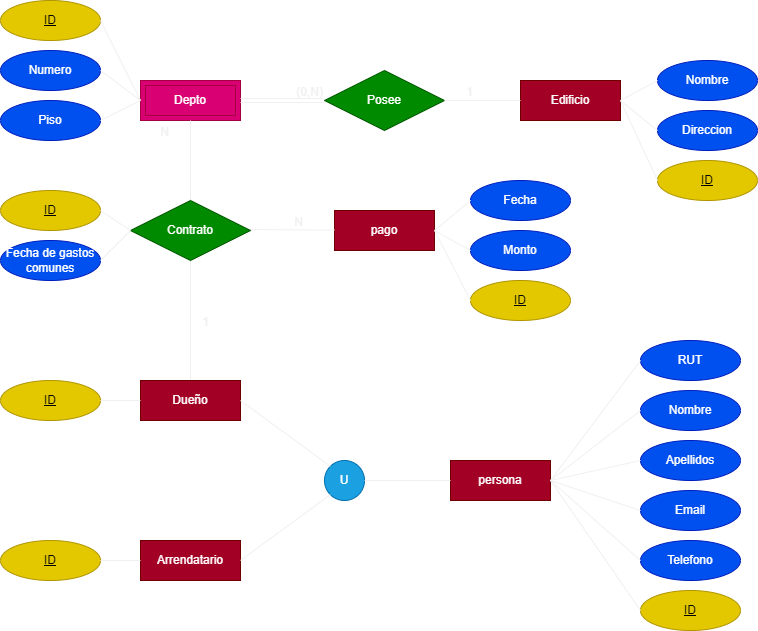
Earlier version of the draw.io export Graphs/Modelo ER en PNG.png (MatiassOrellana/NewConsejeria). Source tidied: cells renumbered, new cells last; positions are measured from the earlier drawing's top-left corner, leaving out a move shared by most shapes.
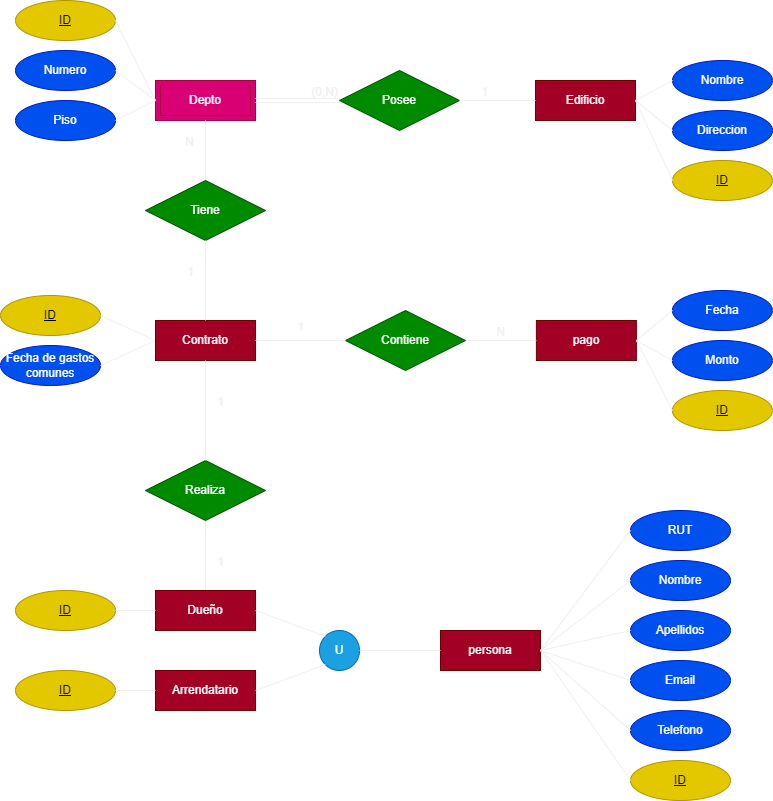
Later version of the same file.

Commit message:
Modelo ER modificado y corregido con modelo R

Change to the diagram source:
```diff
@@ -6,13 +6,13 @@
       <mxGeometry x="520" y="80" width="100" height="40" as="geometry" />
     </mxCell>
     <mxCell id="3" value="persona" style="whiteSpace=wrap;html=1;align=center;fillColor=#a20025;fontColor=#ffffff;strokeColor=#6F0000;" parent="1" vertex="1">
-      <mxGeometry x="450" y="460" width="100" height="40" as="geometry" />
+      <mxGeometry x="425" y="630" width="100" height="40" as="geometry" />
     </mxCell>
     <mxCell id="4" value="Depto" style="shape=ext;margin=3;double=1;whiteSpace=wrap;html=1;align=center;fillColor=#d80073;fontColor=#ffffff;strokeColor=#A50040;" parent="1" vertex="1">
       <mxGeometry x="140" y="80" width="100" height="40" as="geometry" />
     </mxCell>
     <mxCell id="5" value="pago" style="whiteSpace=wrap;html=1;align=center;fillColor=#a20025;fontColor=#ffffff;strokeColor=#6F0000;" parent="1" vertex="1">
-      <mxGeometry x="334" y="210" width="100" height="40" as="geometry" />
+      <mxGeometry x="520.9" y="320" width="100" height="40" as="geometry" />
     </mxCell>
     <mxCell id="6" value="Posee" style="shape=rhombus;perimeter=rhombusPerimeter;whiteSpace=wrap;html=1;align=center;fillColor=#008a00;fontColor=#ffffff;strokeColor=#005700;" parent="1" vertex="1">
       <mxGeometry x="324" y="70" width="120" height="60" as="geometry" />
@@ -31,23 +31,23 @@
     <mxCell id="10" value="(0,N)" style="html=1;whiteSpace=wrap;align=right;verticalAlign=bottom;" parent="9" vertex="1">
       <mxGeometry x="1" relative="1" as="geometry" />
     </mxCell>
-    <mxCell id="11" style="endArrow=none;html=1;rounded=0;entryX=0.5;entryY=0;entryDx=0;entryDy=0;exitX=0.5;exitY=1;exitDx=0;exitDy=0;" parent="1" edge="1" source="4" target="23">
+    <mxCell id="11" style="endArrow=none;html=1;rounded=0;exitX=0.5;exitY=1;exitDx=0;exitDy=0;entryX=0.5;entryY=0;entryDx=0;entryDy=0;" parent="1" edge="1" source="4" target="62">
       <mxGeometry relative="1" as="geometry" />
     </mxCell>
     <mxCell id="12" value="N" style="html=1;whiteSpace=wrap;align=right;verticalAlign=bottom;" parent="11" vertex="1">
       <mxGeometry x="1" relative="1" as="geometry">
-        <mxPoint x="-20" y="-60" as="offset" />
+        <mxPoint x="-10" y="-30" as="offset" />
       </mxGeometry>
     </mxCell>
-    <mxCell id="13" style="endArrow=none;html=1;rounded=0;entryX=0.5;entryY=1;entryDx=0;entryDy=0;exitX=0.5;exitY=0;exitDx=0;exitDy=0;" parent="1" edge="1" source="52" target="23">
+    <mxCell id="13" style="endArrow=none;html=1;rounded=0;exitX=0.5;exitY=0;exitDx=0;exitDy=0;entryX=0.5;entryY=1;entryDx=0;entryDy=0;" parent="1" edge="1" source="52" target="64">
       <mxGeometry relative="1" as="geometry" />
     </mxCell>
     <mxCell id="14" value="1" style="html=1;whiteSpace=wrap;align=right;verticalAlign=bottom;" parent="13" vertex="1">
       <mxGeometry x="1" relative="1" as="geometry">
-        <mxPoint x="20" y="70" as="offset" />
+        <mxPoint x="20" y="50" as="offset" />
       </mxGeometry>
     </mxCell>
-    <mxCell id="15" style="endArrow=none;html=1;rounded=0;exitX=0.943;exitY=0.483;exitDx=0;exitDy=0;exitPerimeter=0;" parent="1" edge="1" source="23" target="5">
+    <mxCell id="15" style="endArrow=none;html=1;rounded=0;exitX=1;exitY=0.5;exitDx=0;exitDy=0;" parent="1" edge="1" source="63" target="5">
       <mxGeometry relative="1" as="geometry" />
     </mxCell>
     <mxCell id="16" value="N" style="html=1;whiteSpace=wrap;align=right;verticalAlign=bottom;" parent="15" vertex="1">
@@ -73,9 +73,6 @@
     <mxCell id="22" style="endArrow=none;html=1;rounded=0;exitX=1;exitY=0.5;exitDx=0;exitDy=0;entryX=0;entryY=0.5;entryDx=0;entryDy=0;" parent="1" edge="1" source="20" target="4">
       <mxGeometry relative="1" as="geometry" />
     </mxCell>
-    <mxCell id="23" value="Contrato" style="shape=rhombus;perimeter=rhombusPerimeter;whiteSpace=wrap;html=1;align=center;fillColor=#008a00;fontColor=#ffffff;strokeColor=#005700;" parent="1" vertex="1">
-      <mxGeometry x="130" y="200" width="120" height="60" as="geometry" />
-    </mxCell>
     <mxCell id="24" style="endArrow=none;html=1;rounded=0;exitX=0;exitY=0.5;exitDx=0;exitDy=0;entryX=1;entryY=0.5;entryDx=0;entryDy=0;" parent="1" edge="1" source="17" target="2">
       <mxGeometry relative="1" as="geometry" />
     </mxCell>
@@ -83,16 +80,16 @@
       <mxGeometry relative="1" as="geometry" />
     </mxCell>
     <mxCell id="26" value="Fecha de gastos comunes" style="ellipse;whiteSpace=wrap;html=1;align=center;fillColor=#0050ef;fontColor=#ffffff;strokeColor=#001DBC;" parent="1" vertex="1">
-      <mxGeometry y="240" width="100" height="40" as="geometry" />
+      <mxGeometry x="-15" y="345" width="100" height="40" as="geometry" />
     </mxCell>
     <mxCell id="27" style="endArrow=none;html=1;rounded=0;exitX=1;exitY=0.5;exitDx=0;exitDy=0;entryX=0;entryY=0.5;entryDx=0;entryDy=0;" parent="1" edge="1" source="26" target="23">
       <mxGeometry relative="1" as="geometry" />
     </mxCell>
     <mxCell id="28" value="Fecha" style="ellipse;whiteSpace=wrap;html=1;align=center;fillColor=#0050ef;fontColor=#ffffff;strokeColor=#001DBC;" parent="1" vertex="1">
-      <mxGeometry x="470" y="180" width="100" height="40" as="geometry" />
+      <mxGeometry x="656.9" y="290" width="100" height="40" as="geometry" />
     </mxCell>
     <mxCell id="29" value="Monto" style="ellipse;whiteSpace=wrap;html=1;align=center;fillColor=#0050ef;fontColor=#ffffff;strokeColor=#001DBC;" parent="1" vertex="1">
-      <mxGeometry x="470" y="230" width="100" height="40" as="geometry" />
+      <mxGeometry x="656.9" y="340" width="100" height="40" as="geometry" />
     </mxCell>
     <mxCell id="30" style="endArrow=none;html=1;rounded=0;exitX=0;exitY=0.5;exitDx=0;exitDy=0;entryX=1;entryY=0.5;entryDx=0;entryDy=0;" parent="1" edge="1" source="28" target="5">
       <mxGeometry relative="1" as="geometry" />
@@ -101,19 +98,19 @@
       <mxGeometry relative="1" as="geometry" />
     </mxCell>
     <mxCell id="32" value="RUT" style="ellipse;whiteSpace=wrap;html=1;align=center;fillColor=#0050ef;fontColor=#ffffff;strokeColor=#001DBC;" parent="1" vertex="1">
-      <mxGeometry x="640" y="340" width="100" height="40" as="geometry" />
+      <mxGeometry x="615" y="510" width="100" height="40" as="geometry" />
     </mxCell>
     <mxCell id="33" value="Nombre" style="ellipse;whiteSpace=wrap;html=1;align=center;fillColor=#0050ef;fontColor=#ffffff;strokeColor=#001DBC;" parent="1" vertex="1">
-      <mxGeometry x="640" y="390" width="100" height="40" as="geometry" />
+      <mxGeometry x="615" y="560" width="100" height="40" as="geometry" />
     </mxCell>
     <mxCell id="34" value="Apellidos" style="ellipse;whiteSpace=wrap;html=1;align=center;fillColor=#0050ef;fontColor=#ffffff;strokeColor=#001DBC;" parent="1" vertex="1">
-      <mxGeometry x="640" y="440" width="100" height="40" as="geometry" />
+      <mxGeometry x="615" y="610" width="100" height="40" as="geometry" />
     </mxCell>
     <mxCell id="35" value="Email" style="ellipse;whiteSpace=wrap;html=1;align=center;fillColor=#0050ef;fontColor=#ffffff;strokeColor=#001DBC;" parent="1" vertex="1">
-      <mxGeometry x="640" y="490" width="100" height="40" as="geometry" />
+      <mxGeometry x="615" y="660" width="100" height="40" as="geometry" />
     </mxCell>
     <mxCell id="36" value="Telefono" style="ellipse;whiteSpace=wrap;html=1;align=center;fillColor=#0050ef;fontColor=#ffffff;strokeColor=#001DBC;" parent="1" vertex="1">
-      <mxGeometry x="640" y="540" width="100" height="40" as="geometry" />
+      <mxGeometry x="615" y="710" width="100" height="40" as="geometry" />
     </mxCell>
     <mxCell id="37" style="endArrow=none;html=1;rounded=0;exitX=1;exitY=0.5;exitDx=0;exitDy=0;entryX=0;entryY=0.5;entryDx=0;entryDy=0;" parent="1" edge="1" source="3" target="32">
       <mxGeometry relative="1" as="geometry" />
@@ -137,19 +134,19 @@
       <mxGeometry relative="1" as="geometry" />
     </mxCell>
     <mxCell id="44" value="ID" style="ellipse;whiteSpace=wrap;html=1;align=center;fontStyle=4;fillColor=#e3c800;fontColor=#000000;strokeColor=#B09500;" parent="1" vertex="1">
-      <mxGeometry y="190" width="100" height="40" as="geometry" />
+      <mxGeometry x="-15" y="295" width="100" height="40" as="geometry" />
     </mxCell>
     <mxCell id="45" style="endArrow=none;html=1;rounded=0;exitX=1;exitY=0.5;exitDx=0;exitDy=0;entryX=0;entryY=0.5;entryDx=0;entryDy=0;" parent="1" edge="1" source="44" target="23">
       <mxGeometry relative="1" as="geometry" />
     </mxCell>
     <mxCell id="46" value="ID" style="ellipse;whiteSpace=wrap;html=1;align=center;fontStyle=4;fillColor=#e3c800;fontColor=#000000;strokeColor=#B09500;" parent="1" vertex="1">
-      <mxGeometry x="640" y="590" width="100" height="40" as="geometry" />
+      <mxGeometry x="615" y="760" width="100" height="40" as="geometry" />
     </mxCell>
     <mxCell id="47" style="endArrow=none;html=1;rounded=0;exitX=1;exitY=0.5;exitDx=0;exitDy=0;entryX=0;entryY=0.5;entryDx=0;entryDy=0;" parent="1" edge="1" source="3" target="46">
       <mxGeometry relative="1" as="geometry" />
     </mxCell>
     <mxCell id="48" value="ID" style="ellipse;whiteSpace=wrap;html=1;align=center;fontStyle=4;fillColor=#e3c800;fontColor=#000000;strokeColor=#B09500;" parent="1" vertex="1">
-      <mxGeometry x="470" y="280" width="100" height="40" as="geometry" />
+      <mxGeometry x="656.9" y="390" width="100" height="40" as="geometry" />
     </mxCell>
     <mxCell id="49" style="endArrow=none;html=1;rounded=0;exitX=0;exitY=0.5;exitDx=0;exitDy=0;entryX=1;entryY=0.5;entryDx=0;entryDy=0;" parent="1" edge="1" source="48" target="5">
       <mxGeometry relative="1" as="geometry" />
@@ -161,16 +158,16 @@
       <mxGeometry relative="1" as="geometry" />
     </mxCell>
     <mxCell id="52" value="Dueño" style="whiteSpace=wrap;html=1;align=center;fillColor=#a20025;fontColor=#ffffff;strokeColor=#6F0000;" parent="1" vertex="1">
-      <mxGeometry x="140" y="380" width="100" height="40" as="geometry" />
+      <mxGeometry x="140" y="590" width="100" height="40" as="geometry" />
     </mxCell>
     <mxCell id="53" value="ID" style="ellipse;whiteSpace=wrap;html=1;align=center;fontStyle=4;fillColor=#e3c800;fontColor=#000000;strokeColor=#B09500;" parent="1" vertex="1">
-      <mxGeometry y="380" width="100" height="40" as="geometry" />
+      <mxGeometry y="590" width="100" height="40" as="geometry" />
     </mxCell>
     <mxCell id="54" style="endArrow=none;html=1;rounded=0;exitX=1;exitY=0.5;exitDx=0;exitDy=0;entryX=0;entryY=0.5;entryDx=0;entryDy=0;" parent="1" edge="1" source="53" target="52">
       <mxGeometry relative="1" as="geometry" />
     </mxCell>
     <mxCell id="55" value="U" style="ellipse;whiteSpace=wrap;html=1;align=center;fillColor=#1ba1e2;fontColor=#ffffff;strokeColor=#006EAF;" parent="1" vertex="1">
-      <mxGeometry x="324" y="460" width="40" height="40" as="geometry" />
+      <mxGeometry x="304" y="630" width="40" height="40" as="geometry" />
     </mxCell>
     <mxCell id="56" style="endArrow=none;html=1;rounded=0;exitX=1;exitY=0.5;exitDx=0;exitDy=0;entryX=0;entryY=0;entryDx=0;entryDy=0;" parent="1" edge="1" source="52" target="55">
       <mxGeometry relative="1" as="geometry" />
@@ -179,16 +176,52 @@
       <mxGeometry relative="1" as="geometry" />
     </mxCell>
     <mxCell id="58" value="Arrendatario" style="whiteSpace=wrap;html=1;align=center;fillColor=#a20025;fontColor=#ffffff;strokeColor=#6F0000;" parent="1" vertex="1">
-      <mxGeometry x="140" y="540" width="100" height="40" as="geometry" />
+      <mxGeometry x="140" y="670" width="100" height="40" as="geometry" />
     </mxCell>
     <mxCell id="59" style="endArrow=none;html=1;rounded=0;exitX=1;exitY=0.5;exitDx=0;exitDy=0;entryX=0;entryY=1;entryDx=0;entryDy=0;" parent="1" edge="1" source="58" target="55">
       <mxGeometry relative="1" as="geometry" />
     </mxCell>
     <mxCell id="60" value="ID" style="ellipse;whiteSpace=wrap;html=1;align=center;fontStyle=4;fillColor=#e3c800;fontColor=#000000;strokeColor=#B09500;" parent="1" vertex="1">
-      <mxGeometry y="540" width="100" height="40" as="geometry" />
+      <mxGeometry y="670" width="100" height="40" as="geometry" />
     </mxCell>
     <mxCell id="61" style="endArrow=none;html=1;rounded=0;exitX=0;exitY=0.5;exitDx=0;exitDy=0;entryX=1;entryY=0.5;entryDx=0;entryDy=0;" parent="1" edge="1" source="58" target="60">
       <mxGeometry relative="1" as="geometry" />
     </mxCell>
+    <mxCell id="23" value="Contrato" style="whiteSpace=wrap;html=1;align=center;fillColor=#a20025;fontColor=#ffffff;strokeColor=#6F0000;" parent="1" vertex="1">
+      <mxGeometry x="140" y="320" width="100" height="40" as="geometry" />
+    </mxCell>
+    <mxCell id="62" value="Tiene" style="shape=rhombus;perimeter=rhombusPerimeter;whiteSpace=wrap;html=1;align=center;fillColor=#008a00;fontColor=#ffffff;strokeColor=#005700;" parent="1" vertex="1">
+      <mxGeometry x="130" y="180" width="120" height="60" as="geometry" />
+    </mxCell>
+    <mxCell id="63" value="Contiene" style="shape=rhombus;perimeter=rhombusPerimeter;whiteSpace=wrap;html=1;align=center;fillColor=#008a00;fontColor=#ffffff;strokeColor=#005700;" parent="1" vertex="1">
+      <mxGeometry x="330" y="310" width="120" height="60" as="geometry" />
+    </mxCell>
+    <mxCell id="64" value="Realiza" style="shape=rhombus;perimeter=rhombusPerimeter;whiteSpace=wrap;html=1;align=center;fillColor=#008a00;fontColor=#ffffff;strokeColor=#005700;" parent="1" vertex="1">
+      <mxGeometry x="130" y="460" width="120" height="60" as="geometry" />
+    </mxCell>
+    <mxCell id="65" style="endArrow=none;html=1;rounded=0;exitX=0.5;exitY=0;exitDx=0;exitDy=0;entryX=0.5;entryY=1;entryDx=0;entryDy=0;" parent="1" edge="1" source="64" target="23">
+      <mxGeometry relative="1" as="geometry" />
+    </mxCell>
+    <mxCell id="66" value="1" style="html=1;whiteSpace=wrap;align=right;verticalAlign=bottom;" parent="65" vertex="1">
+      <mxGeometry x="1" relative="1" as="geometry">
+        <mxPoint x="20" y="50" as="offset" />
+      </mxGeometry>
+    </mxCell>
+    <mxCell id="67" style="endArrow=none;html=1;rounded=0;exitX=0.5;exitY=0;exitDx=0;exitDy=0;entryX=0.5;entryY=1;entryDx=0;entryDy=0;" parent="1" edge="1" source="23" target="62">
+      <mxGeometry relative="1" as="geometry" />
+    </mxCell>
+    <mxCell id="68" value="1" style="html=1;whiteSpace=wrap;align=right;verticalAlign=bottom;" parent="67" vertex="1">
+      <mxGeometry x="1" relative="1" as="geometry">
+        <mxPoint x="-10" y="40" as="offset" />
+      </mxGeometry>
+    </mxCell>
+    <mxCell id="69" style="endArrow=none;html=1;rounded=0;exitX=0;exitY=0.5;exitDx=0;exitDy=0;entryX=1;entryY=0.5;entryDx=0;entryDy=0;" parent="1" edge="1" source="63" target="23">
+      <mxGeometry relative="1" as="geometry" />
+    </mxCell>
+    <mxCell id="70" value="1" style="html=1;whiteSpace=wrap;align=right;verticalAlign=bottom;" parent="69" vertex="1">
+      <mxGeometry x="1" relative="1" as="geometry">
+        <mxPoint x="50" y="-5" as="offset" />
+      </mxGeometry>
+    </mxCell>
   </root>
 </mxGraphModel>
```
